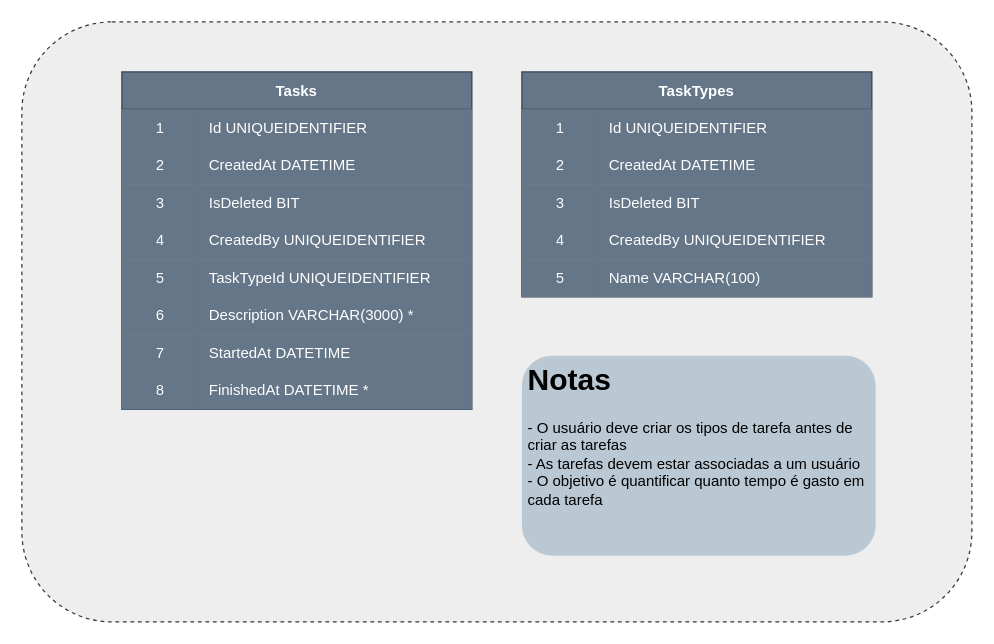
The draw.io diagram page "Domain" (2 of 4) of docs/diagram.drawio in EvertonBrzozowyAlves/Tasman, before the edit. Source tidied: cells renumbered, new cells numbered last; positions are measured from the earlier drawing's top-left corner, leaving out a move shared by most shapes. Both pictures are drawn from the tidied source at 125%, with x=0, y=0 at pixel (21, 21).
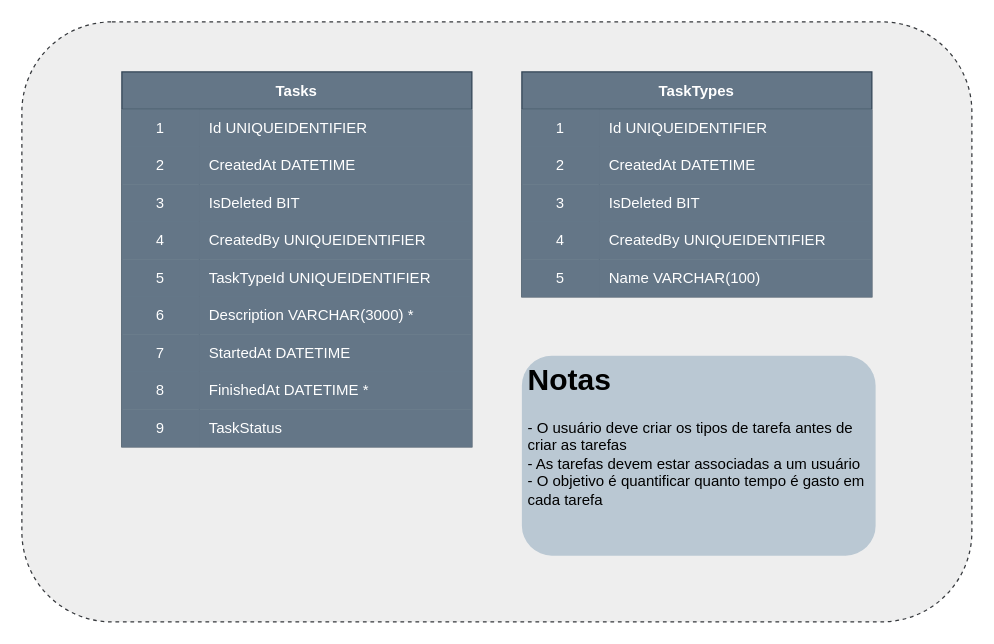
After the change.

Diff of the diagram source:
```diff
@@
     <mxCell id="19" value="Tasks" style="shape=table;startSize=30;childLayout=tableLayout;rowLines=0;fontStyle=1;rounded=0;fillColor=#647687;fontColor=#ffffff;strokeColor=#314354;" parent="1" vertex="1">
-      <mxGeometry x="80" y="40" width="280" height="270" as="geometry" />
+      <mxGeometry x="80" y="40" width="280" height="300" as="geometry" />
     </mxCell>
@@
+    <mxCell id="46" style="shape=tableRow;horizontal=0;startSize=0;swimlaneHead=0;swimlaneBody=0;top=0;left=0;bottom=0;right=0;fillColor=#647687;rounded=1;fontColor=#ffffff;strokeColor=#314354;" parent="19" vertex="1">
+      <mxGeometry y="270" width="280" height="30" as="geometry" />
+    </mxCell>
+    <mxCell id="47" value="9" style="shape=partialRectangle;html=1;whiteSpace=wrap;fillColor=#647687;top=0;left=0;bottom=0;right=0;overflow=hidden;rounded=1;fontColor=#ffffff;strokeColor=#314354;" parent="46" vertex="1">
+      <mxGeometry width="62" height="30" as="geometry" />
+    </mxCell>
+    <mxCell id="48" value="TaskStatus" style="shape=partialRectangle;html=1;whiteSpace=wrap;fillColor=#647687;top=0;left=0;bottom=0;right=0;align=left;spacingLeft=6;overflow=hidden;rounded=1;fontColor=#ffffff;strokeColor=#314354;" parent="46" vertex="1">
+      <mxGeometry x="62" width="218" height="30" as="geometry" />
+    </mxCell>
```
